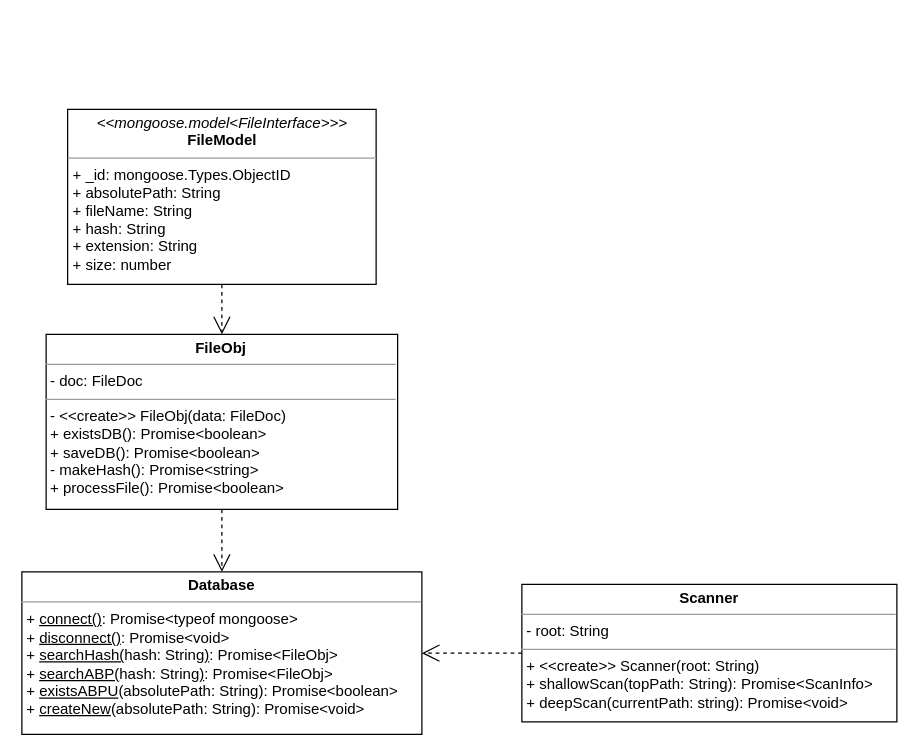
jm0ran/bfs-core keeps this draw.io diagram as bfs-core.drawio. Above is the earlier version. Source tidied: cells renumbered, new cells numbered last; positions are measured from the earlier drawing's top-left corner, leaving out a move shared by most shapes. Both pictures are drawn from the tidied source at 125%, with x=0, y=0 at pixel (21, 109).
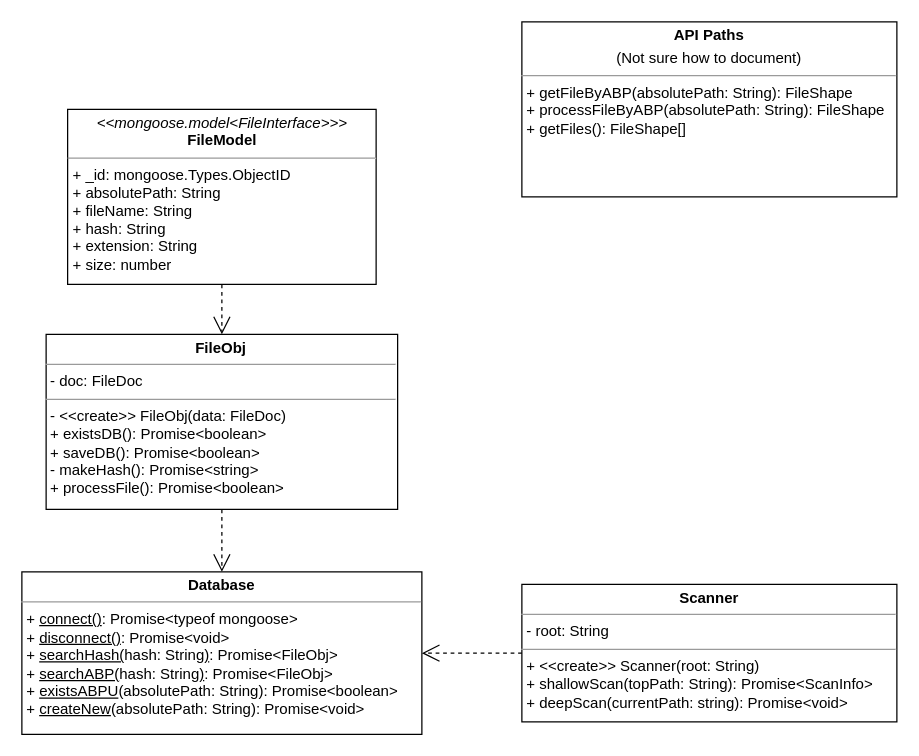
Above is the later version.

Commit message (it also covers changes not shown here):
getFiles api path

What changed in the source:
```diff
@@
 <mxGraphModel>
   <root>
     <mxCell id="0" />
     <mxCell id="1" parent="0" />
     <mxCell id="2" value="&lt;p style=&quot;margin: 0px ; margin-top: 4px ; text-align: center&quot;&gt;&lt;b&gt;FileObj&lt;/b&gt;&lt;/p&gt;&lt;hr size=&quot;1&quot;&gt;&lt;p style=&quot;margin: 0px ; margin-left: 4px&quot;&gt;- doc: FileDoc&lt;/p&gt;&lt;hr size=&quot;1&quot;&gt;&lt;p style=&quot;margin: 0px ; margin-left: 4px&quot;&gt;- &amp;lt;&amp;lt;create&amp;gt;&amp;gt; FileObj(data: FileDoc)&lt;/p&gt;&lt;p style=&quot;margin: 0px ; margin-left: 4px&quot;&gt;+ existsDB(): Promise&amp;lt;boolean&amp;gt;&lt;/p&gt;&lt;p style=&quot;margin: 0px ; margin-left: 4px&quot;&gt;+ saveDB(): Promise&amp;lt;boolean&amp;gt;&lt;/p&gt;&lt;p style=&quot;margin: 0px 0px 0px 4px&quot;&gt;- makeHash(): Promise&amp;lt;string&amp;gt;&lt;/p&gt;&lt;p style=&quot;margin: 0px 0px 0px 4px&quot;&gt;+ processFile(): Promise&amp;lt;boolean&amp;gt;&lt;/p&gt;&lt;p style=&quot;margin: 0px 0px 0px 4px&quot;&gt;&lt;br&gt;&lt;/p&gt;&lt;div&gt;&lt;br&gt;&lt;/div&gt;&lt;p style=&quot;margin: 0px ; margin-left: 4px&quot;&gt;&lt;br&gt;&lt;/p&gt;" style="verticalAlign=top;align=left;overflow=fill;fontSize=12;fontFamily=Helvetica;html=1;" parent="1" vertex="1">
       <mxGeometry x="19.4" y="180" width="281.2" height="140" as="geometry" />
     </mxCell>
     <mxCell id="3" value="&lt;p style=&quot;margin: 0px ; margin-top: 4px ; text-align: center&quot;&gt;&lt;i&gt;&amp;lt;&amp;lt;mongoose.model&amp;lt;FileInterface&amp;gt;&amp;gt;&amp;gt;&lt;/i&gt;&lt;br&gt;&lt;b&gt;FileModel&lt;/b&gt;&lt;/p&gt;&lt;hr size=&quot;1&quot;&gt;&lt;p style=&quot;margin: 0px ; margin-left: 4px&quot;&gt;+ _id: mongoose.Types.ObjectID&lt;/p&gt;&lt;p style=&quot;margin: 0px ; margin-left: 4px&quot;&gt;+ absolutePath: String&lt;/p&gt;&lt;p style=&quot;margin: 0px ; margin-left: 4px&quot;&gt;+ fileName: String&lt;br&gt;+ hash: String&lt;/p&gt;&lt;p style=&quot;margin: 0px ; margin-left: 4px&quot;&gt;+ extension: String&lt;/p&gt;&lt;p style=&quot;margin: 0px ; margin-left: 4px&quot;&gt;+ size: number&lt;/p&gt;" style="verticalAlign=top;align=left;overflow=fill;fontSize=12;fontFamily=Helvetica;html=1;" parent="1" vertex="1">
       <mxGeometry x="36.6" width="246.8" height="140" as="geometry" />
     </mxCell>
     <mxCell id="4" style="endArrow=open;endFill=1;endSize=12;html=1;rounded=0;exitX=0.5;exitY=1;exitDx=0;exitDy=0;entryX=0.5;entryY=0;entryDx=0;entryDy=0;dashed=1;" parent="1" edge="1" source="3" target="2">
       <mxGeometry relative="1" as="geometry" />
     </mxCell>
     <mxCell id="5" value="&lt;p style=&quot;margin: 0px ; margin-top: 4px ; text-align: center&quot;&gt;&lt;b&gt;Database&lt;/b&gt;&lt;/p&gt;&lt;hr size=&quot;1&quot;&gt;&lt;p style=&quot;margin: 0px ; margin-left: 4px&quot;&gt;&lt;span&gt;+ &lt;u&gt;connect()&lt;/u&gt;: Promise&amp;lt;typeof mongoose&amp;gt;&lt;/span&gt;&lt;br&gt;&lt;/p&gt;&lt;p style=&quot;margin: 0px ; margin-left: 4px&quot;&gt;+ &lt;u&gt;disconnect()&lt;/u&gt;: Promise&amp;lt;void&amp;gt;&lt;/p&gt;&lt;p style=&quot;margin: 0px ; margin-left: 4px&quot;&gt;+ &lt;u&gt;searchHash(&lt;/u&gt;hash: String&lt;u&gt;)&lt;/u&gt;: Promise&amp;lt;FileObj&amp;gt;&lt;/p&gt;&lt;p style=&quot;margin: 0px ; margin-left: 4px&quot;&gt;+&amp;nbsp;&lt;u&gt;searchABP(&lt;/u&gt;hash: String&lt;u&gt;)&lt;/u&gt;: Promise&amp;lt;FileObj&amp;gt;&lt;br&gt;&lt;/p&gt;&lt;p style=&quot;margin: 0px ; margin-left: 4px&quot;&gt;+ &lt;u&gt;existsABPU&lt;/u&gt;(absolutePath: String): Promise&amp;lt;boolean&amp;gt;&lt;/p&gt;&lt;p style=&quot;margin: 0px ; margin-left: 4px&quot;&gt;+ &lt;u&gt;createNew&lt;/u&gt;(absolutePath: String): Promise&amp;lt;void&amp;gt;&lt;/p&gt;" style="verticalAlign=top;align=left;overflow=fill;fontSize=12;fontFamily=Helvetica;html=1;" parent="1" vertex="1">
       <mxGeometry y="370" width="320" height="130" as="geometry" />
     </mxCell>
     <mxCell id="6" style="endArrow=open;endFill=1;endSize=12;html=1;rounded=0;exitX=0.5;exitY=1;exitDx=0;exitDy=0;entryX=0.5;entryY=0;entryDx=0;entryDy=0;dashed=1;" parent="1" edge="1" source="2" target="5">
       <mxGeometry relative="1" as="geometry" />
     </mxCell>
     <mxCell id="7" value="&lt;p style=&quot;margin: 0px ; margin-top: 4px ; text-align: center&quot;&gt;&lt;b&gt;Scanner&lt;/b&gt;&lt;/p&gt;&lt;hr size=&quot;1&quot;&gt;&lt;p style=&quot;margin: 0px ; margin-left: 4px&quot;&gt;- root: String&lt;br&gt;&lt;/p&gt;&lt;hr size=&quot;1&quot;&gt;&lt;p style=&quot;margin: 0px ; margin-left: 4px&quot;&gt;+ &amp;lt;&amp;lt;create&amp;gt;&amp;gt; Scanner(root: String)&lt;br&gt;+ shallowScan(topPath: String): Promise&amp;lt;ScanInfo&amp;gt;&lt;/p&gt;&lt;p style=&quot;margin: 0px ; margin-left: 4px&quot;&gt;+ deepScan(currentPath: string): Promise&amp;lt;void&amp;gt;&lt;/p&gt;" style="verticalAlign=top;align=left;overflow=fill;fontSize=12;fontFamily=Helvetica;html=1;" parent="1" vertex="1">
       <mxGeometry x="400" y="380" width="300" height="110" as="geometry" />
     </mxCell>
     <mxCell id="8" style="endArrow=open;endSize=12;dashed=1;html=1;rounded=0;exitX=0;exitY=0.5;exitDx=0;exitDy=0;entryX=1;entryY=0.5;entryDx=0;entryDy=0;" parent="1" edge="1" source="7" target="5">
       <mxGeometry relative="1" as="geometry" />
     </mxCell>
+    <mxCell id="9" value="&lt;p style=&quot;margin: 0px ; margin-top: 4px ; text-align: center&quot;&gt;&lt;b&gt;API Paths&lt;/b&gt;&lt;/p&gt;&lt;p style=&quot;margin: 0px ; margin-top: 4px ; text-align: center&quot;&gt;(Not sure how to document)&lt;/p&gt;&lt;hr size=&quot;1&quot;&gt;&lt;p style=&quot;margin: 0px ; margin-left: 4px&quot;&gt;+ getFileByABP(absolutePath: String): FileShape&lt;/p&gt;&lt;p style=&quot;margin: 0px ; margin-left: 4px&quot;&gt;+ processFileByABP(absolutePath: String): FileShape&lt;br&gt;&lt;/p&gt;&lt;p style=&quot;margin: 0px ; margin-left: 4px&quot;&gt;+ getFiles(): FileShape[]&lt;/p&gt;" style="verticalAlign=top;align=left;overflow=fill;fontSize=12;fontFamily=Helvetica;html=1;" parent="1" vertex="1">
+      <mxGeometry x="400" y="-70" width="300" height="140" as="geometry" />
+    </mxCell>
   </root>
 </mxGraphModel>
```
